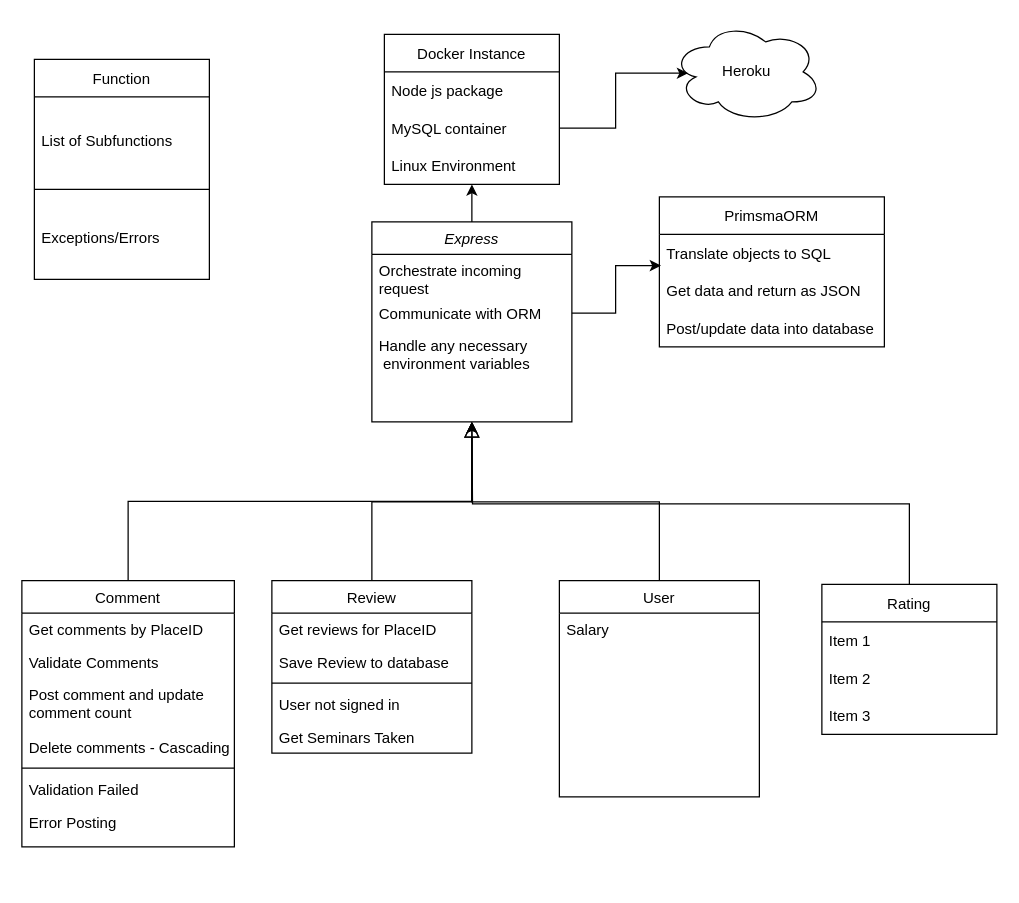
Earlier version of the draw.io diagram Untitled Diagram.drawio (memetrusidovski/cp317_project). Source tidied: cells renumbered, new cells numbered last; positions are measured from the earlier drawing's top-left corner, leaving out a move shared by most shapes. Both pictures are drawn from the tidied source at 125%, with x=0, y=0 at pixel (21, 21).
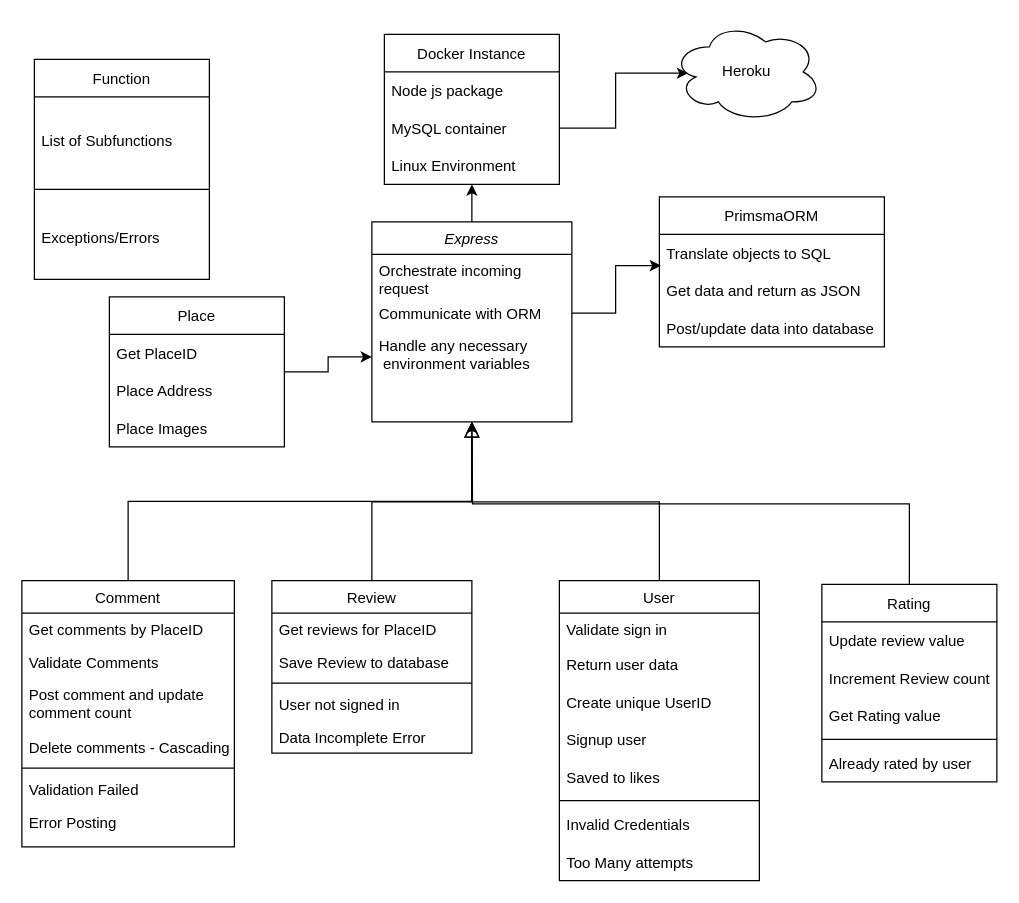
Above is the later version.

Unchanged cells that the change refers to:
```xml
<mxCell id="6" value="Handle any necessary&#10; environment variables" style="text;align=left;verticalAlign=top;spacingLeft=4;spacingRight=4;overflow=hidden;points=[[0,0.5],[1,0.5]];portConstraint=eastwest;rounded=0;shadow=0;html=0;" parent="3" vertex="1">
  <mxGeometry y="86" width="160" height="44" as="geometry" />
</mxCell>
<mxCell id="7" value="Review" style="swimlane;fontStyle=0;align=center;verticalAlign=top;horizontal=1;startSize=26;rounded=0;shadow=0;strokeWidth=1;" parent="1" vertex="1">
  <mxGeometry x="200" y="447" width="160" height="138" as="geometry" />
</mxCell>
```

What changed in the source:
```diff
@@
-    <mxCell id="12" value="Get Seminars Taken" style="text;align=left;verticalAlign=top;spacingLeft=4;spacingRight=4;overflow=hidden;" parent="7" vertex="1">
+    <mxCell id="12" value="Data Incomplete Error" style="text;align=left;verticalAlign=top;spacingLeft=4;spacingRight=4;overflow=hidden;" parent="7" vertex="1">
       <mxGeometry y="112" width="160" height="26" as="geometry" />
     </mxCell>
@@
     <mxCell id="14" value="User" style="swimlane;fontStyle=0;align=center;verticalAlign=top;horizontal=1;startSize=26;rounded=0;shadow=0;strokeWidth=1;" parent="1" vertex="1">
-      <mxGeometry x="430" y="447" width="160" height="173" as="geometry" />
+      <mxGeometry x="430" y="447" width="160" height="240" as="geometry" />
     </mxCell>
-    <mxCell id="15" value="Salary" style="text;align=left;verticalAlign=top;spacingLeft=4;spacingRight=4;overflow=hidden;" parent="14" vertex="1">
+    <mxCell id="15" value="Validate sign in &#10;" style="text;align=left;verticalAlign=top;spacingLeft=4;spacingRight=4;overflow=hidden;" parent="14" vertex="1">
       <mxGeometry y="26" width="160" height="26" as="geometry" />
     </mxCell>
+    <mxCell id="46" value="Return user data" style="text;strokeColor=none;fillColor=none;align=left;verticalAlign=middle;spacingLeft=4;spacingRight=4;overflow=hidden;" parent="14" vertex="1">
+      <mxGeometry y="52" width="160" height="30" as="geometry" />
+    </mxCell>
+    <mxCell id="47" value="Create unique UserID" style="text;strokeColor=none;fillColor=none;align=left;verticalAlign=middle;spacingLeft=4;spacingRight=4;overflow=hidden;" parent="14" vertex="1">
+      <mxGeometry y="82" width="160" height="30" as="geometry" />
+    </mxCell>
+    <mxCell id="48" value="Signup user" style="text;strokeColor=none;fillColor=none;align=left;verticalAlign=middle;spacingLeft=4;spacingRight=4;overflow=hidden;" parent="14" vertex="1">
+      <mxGeometry y="112" width="160" height="30" as="geometry" />
+    </mxCell>
+    <mxCell id="49" value="Saved to likes " style="text;strokeColor=none;fillColor=none;align=left;verticalAlign=middle;spacingLeft=4;spacingRight=4;overflow=hidden;" parent="14" vertex="1">
+      <mxGeometry y="142" width="160" height="30" as="geometry" />
+    </mxCell>
+    <mxCell id="50" style="line;html=1;strokeWidth=1;align=left;verticalAlign=middle;spacingTop=-1;spacingLeft=3;spacingRight=3;labelPosition=right;" parent="14" vertex="1">
+      <mxGeometry y="172" width="160" height="8" as="geometry" />
+    </mxCell>
+    <mxCell id="51" value="Invalid Credentials " style="text;strokeColor=none;fillColor=none;align=left;verticalAlign=middle;spacingLeft=4;spacingRight=4;overflow=hidden;" parent="14" vertex="1">
+      <mxGeometry y="180" width="160" height="30" as="geometry" />
+    </mxCell>
+    <mxCell id="52" value="Too Many attempts " style="text;strokeColor=none;fillColor=none;align=left;verticalAlign=middle;spacingLeft=4;spacingRight=4;overflow=hidden;" parent="14" vertex="1">
+      <mxGeometry y="210" width="160" height="30" as="geometry" />
+    </mxCell>
@@
     <mxCell id="36" value="Rating" style="swimlane;fontStyle=0;horizontal=1;startSize=30;" parent="1" vertex="1">
-      <mxGeometry x="640" y="450" width="140" height="120" as="geometry" />
+      <mxGeometry x="640" y="450" width="140" height="158" as="geometry" />
     </mxCell>
-    <mxCell id="37" value="Item 1" style="text;strokeColor=none;fillColor=none;align=left;verticalAlign=middle;spacingLeft=4;spacingRight=4;overflow=hidden;" parent="36" vertex="1">
+    <mxCell id="37" value="Update review value" style="text;strokeColor=none;fillColor=none;align=left;verticalAlign=middle;spacingLeft=4;spacingRight=4;overflow=hidden;" parent="36" vertex="1">
       <mxGeometry y="30" width="140" height="30" as="geometry" />
     </mxCell>
+    <mxCell id="39" value="Increment Review count" style="text;strokeColor=none;fillColor=none;align=left;verticalAlign=middle;spacingLeft=4;spacingRight=4;overflow=hidden;" parent="36" vertex="1">
+      <mxGeometry y="60" width="140" height="30" as="geometry" />
+    </mxCell>
-    <mxCell id="38" value="Item 2" style="text;strokeColor=none;fillColor=none;align=left;verticalAlign=middle;spacingLeft=4;spacingRight=4;overflow=hidden;" parent="36" vertex="1">
-      <mxGeometry y="60" width="140" height="30" as="geometry" />
+    <mxCell id="38" value="Get Rating value" style="text;strokeColor=none;fillColor=none;align=left;verticalAlign=middle;spacingLeft=4;spacingRight=4;overflow=hidden;" parent="36" vertex="1">
+      <mxGeometry y="90" width="140" height="30" as="geometry" />
     </mxCell>
-    <mxCell id="39" value="Item 3" style="text;strokeColor=none;fillColor=none;align=left;verticalAlign=middle;spacingLeft=4;spacingRight=4;overflow=hidden;" parent="36" vertex="1">
-      <mxGeometry y="90" width="140" height="30" as="geometry" />
-    </mxCell>
+    <mxCell id="53" style="line;html=1;strokeWidth=1;align=left;verticalAlign=middle;spacingTop=-1;spacingLeft=3;spacingRight=3;labelPosition=right;" parent="36" vertex="1">
+      <mxGeometry y="120" width="140" height="8" as="geometry" />
+    </mxCell>
+    <mxCell id="54" value="Already rated by user" style="text;strokeColor=none;fillColor=none;align=left;verticalAlign=middle;spacingLeft=4;spacingRight=4;overflow=hidden;" parent="36" vertex="1">
+      <mxGeometry y="128" width="140" height="30" as="geometry" />
+    </mxCell>
@@
+    <mxCell id="55" style="edgeStyle=orthogonalEdgeStyle;rounded=0;jettySize=auto;html=1;" parent="1" edge="1" source="56" target="6">
+      <mxGeometry relative="1" as="geometry" />
+    </mxCell>
+    <mxCell id="56" value="Place" style="swimlane;fontStyle=0;horizontal=1;startSize=30;" parent="1" vertex="1">
+      <mxGeometry x="70" y="220" width="140" height="120" as="geometry" />
+    </mxCell>
+    <mxCell id="57" value="Get PlaceID" style="text;strokeColor=none;fillColor=none;align=left;verticalAlign=middle;spacingLeft=4;spacingRight=4;overflow=hidden;" parent="56" vertex="1">
+      <mxGeometry y="30" width="140" height="30" as="geometry" />
+    </mxCell>
+    <mxCell id="58" value="Place Address" style="text;strokeColor=none;fillColor=none;align=left;verticalAlign=middle;spacingLeft=4;spacingRight=4;overflow=hidden;" parent="56" vertex="1">
+      <mxGeometry y="60" width="140" height="30" as="geometry" />
+    </mxCell>
+    <mxCell id="59" value="Place Images" style="text;strokeColor=none;fillColor=none;align=left;verticalAlign=middle;spacingLeft=4;spacingRight=4;overflow=hidden;" parent="56" vertex="1">
+      <mxGeometry y="90" width="140" height="30" as="geometry" />
+    </mxCell>
```
